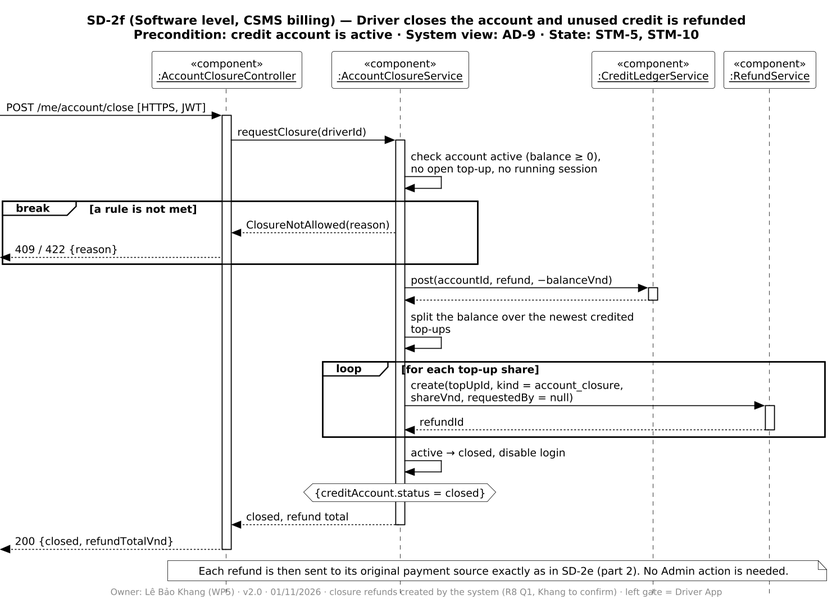
PowerMeApp/powerme keeps this PlantUML diagram as diagrams/report4/sequence/SD-2f/SD-2f.png. Above is the earlier version. Source of this version:
```plantuml
@startuml SD-2f
!include ../_style.iuml
title SD-2f (Software level, CSMS billing) — Driver closes the account and unused credit is refunded\nPrecondition: credit account is active · System view: AD-9 · State: STM-5, STM-10
footer Owner: Lê Bảo Khang (WP5) · v2.0 · 01/11/2026 · closure refunds created by the system (R8 Q1, Khang to confirm) · left gate = Driver App

participant "«component»\n<u>:AccountClosureController</u>" as AC
participant "«component»\n<u>:AccountClosureService</u>" as AS
participant "«component»\n<u>:CreditLedgerService</u>" as CL
participant "«component»\n<u>:RefundService</u>" as RS

[-> AC ++ : POST /me/account/close [HTTPS, JWT]
AC -> AS ++ : requestClosure(driverId)
AS -> AS : check account active (balance ≥ 0),\nno open top-up, no running session
break a rule is not met
  AS --> AC : ClosureNotAllowed(reason)
  [<-- AC : 409 / 422 {reason}
end
AS -> CL ++ : post(accountId, refund, −balanceVnd)
CL --> AS --
AS -> AS : split the balance over the newest credited top-ups
loop for each top-up share
  AS -> RS ++ : create(topUpId, kind = account_closure, shareVnd, requestedBy = null)
  RS --> AS -- : refundId
end
AS -> AS : active → closed, disable login
hnote over AS : {creditAccount.status = closed}
AS --> AC -- : closed, refund total
[<-- AC -- : 200 {closed, refundTotalVnd}
note over AC, RS : Each refund is then sent to its original payment source exactly as in SD-2e (part 2). No Admin action is needed.
@enduml
```
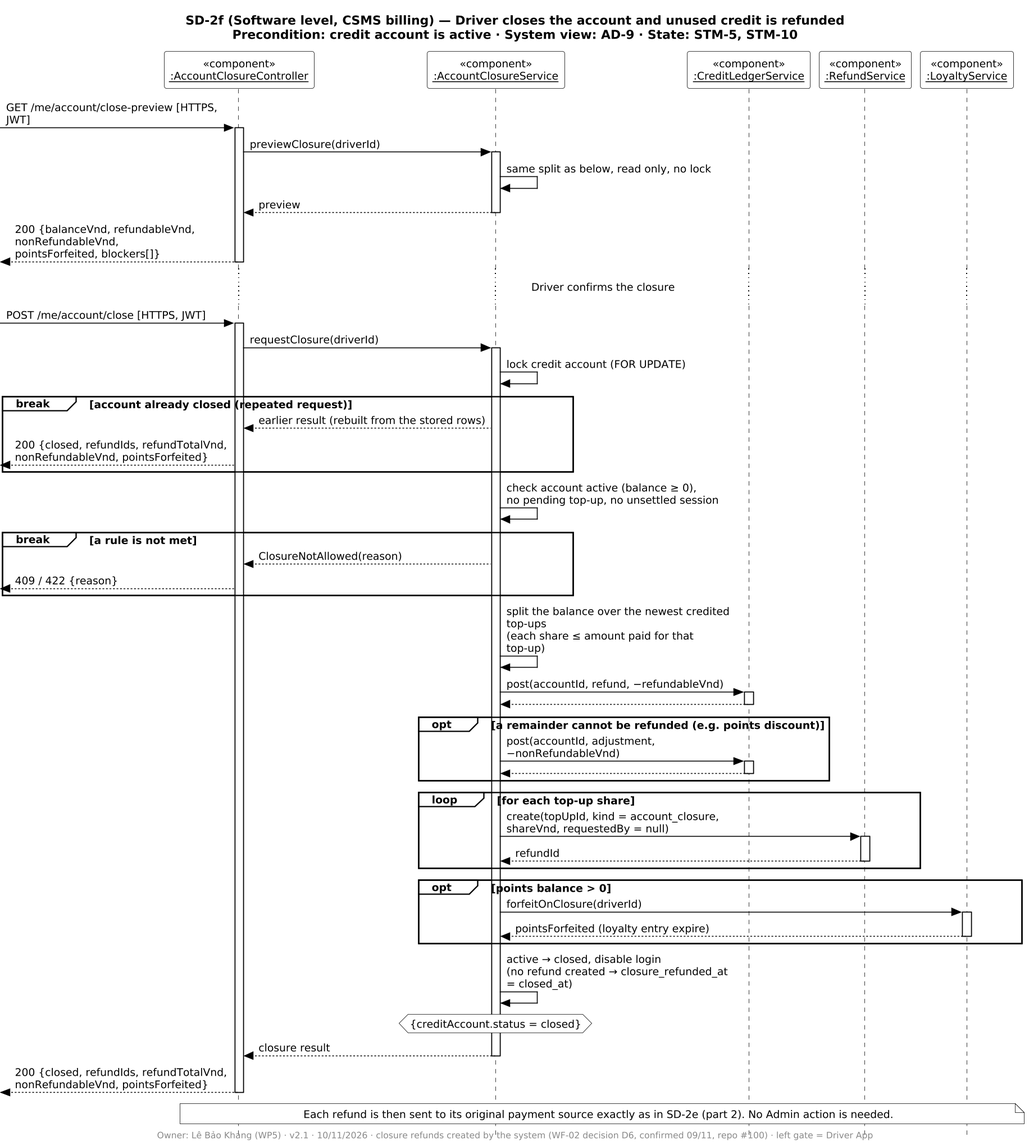
The same diagram one commit later.

What changed in the source:
```diff
@@ -1,30 +1,52 @@
 @startuml SD-2f
 !include ../_style.iuml
 title SD-2f (Software level, CSMS billing) — Driver closes the account and unused credit is refunded\nPrecondition: credit account is active · System view: AD-9 · State: STM-5, STM-10
-footer Owner: Lê Bảo Khang (WP5) · v2.0 · 01/11/2026 · closure refunds created by the system (R8 Q1, Khang to confirm) · left gate = Driver App
+footer Owner: Lê Bảo Khang (WP5) · v2.1 · 10/11/2026 · closure refunds created by the system (WF-02 decision D6, confirmed 09/11, repo #100) · left gate = Driver App
 
 participant "«component»\n<u>:AccountClosureController</u>" as AC
 participant "«component»\n<u>:AccountClosureService</u>" as AS
 participant "«component»\n<u>:CreditLedgerService</u>" as CL
 participant "«component»\n<u>:RefundService</u>" as RS
+participant "«component»\n<u>:LoyaltyService</u>" as LS
+
+[-> AC ++ : GET /me/account/close-preview [HTTPS, JWT]
+AC -> AS ++ : previewClosure(driverId)
+AS -> AS : same split as below, read only, no lock
+AS --> AC -- : preview
+[<-- AC -- : 200 {balanceVnd, refundableVnd, nonRefundableVnd,\npointsForfeited, blockers[]}
+
+... Driver confirms the closure ...
 
 [-> AC ++ : POST /me/account/close [HTTPS, JWT]
 AC -> AS ++ : requestClosure(driverId)
-AS -> AS : check account active (balance ≥ 0),\nno open top-up, no running session
+AS -> AS : lock credit account (FOR UPDATE)
+break account already closed (repeated request)
+  AS --> AC : earlier result (rebuilt from the stored rows)
+  [<-- AC : 200 {closed, refundIds, refundTotalVnd,\nnonRefundableVnd, pointsForfeited}
+end
+AS -> AS : check account active (balance ≥ 0),\nno pending top-up, no unsettled session
 break a rule is not met
   AS --> AC : ClosureNotAllowed(reason)
   [<-- AC : 409 / 422 {reason}
 end
-AS -> CL ++ : post(accountId, refund, −balanceVnd)
+AS -> AS : split the balance over the newest credited top-ups\n(each share ≤ amount paid for that top-up)
+AS -> CL ++ : post(accountId, refund, −refundableVnd)
 CL --> AS --
-AS -> AS : split the balance over the newest credited top-ups
+opt a remainder cannot be refunded (e.g. points discount)
+  AS -> CL ++ : post(accountId, adjustment, −nonRefundableVnd)
+  CL --> AS --
+end
 loop for each top-up share
   AS -> RS ++ : create(topUpId, kind = account_closure, shareVnd, requestedBy = null)
   RS --> AS -- : refundId
 end
-AS -> AS : active → closed, disable login
+opt points balance > 0
+  AS -> LS ++ : forfeitOnClosure(driverId)
+  LS --> AS -- : pointsForfeited (loyalty entry expire)
+end
+AS -> AS : active → closed, disable login\n(no refund created → closure_refunded_at = closed_at)
 hnote over AS : {creditAccount.status = closed}
-AS --> AC -- : closed, refund total
-[<-- AC -- : 200 {closed, refundTotalVnd}
-note over AC, RS : Each refund is then sent to its original payment source exactly as in SD-2e (part 2). No Admin action is needed.
+AS --> AC -- : closure result
+[<-- AC -- : 200 {closed, refundIds, refundTotalVnd,\nnonRefundableVnd, pointsForfeited}
+note over AC, LS : Each refund is then sent to its original payment source exactly as in SD-2e (part 2). No Admin action is needed.
 @enduml
```
